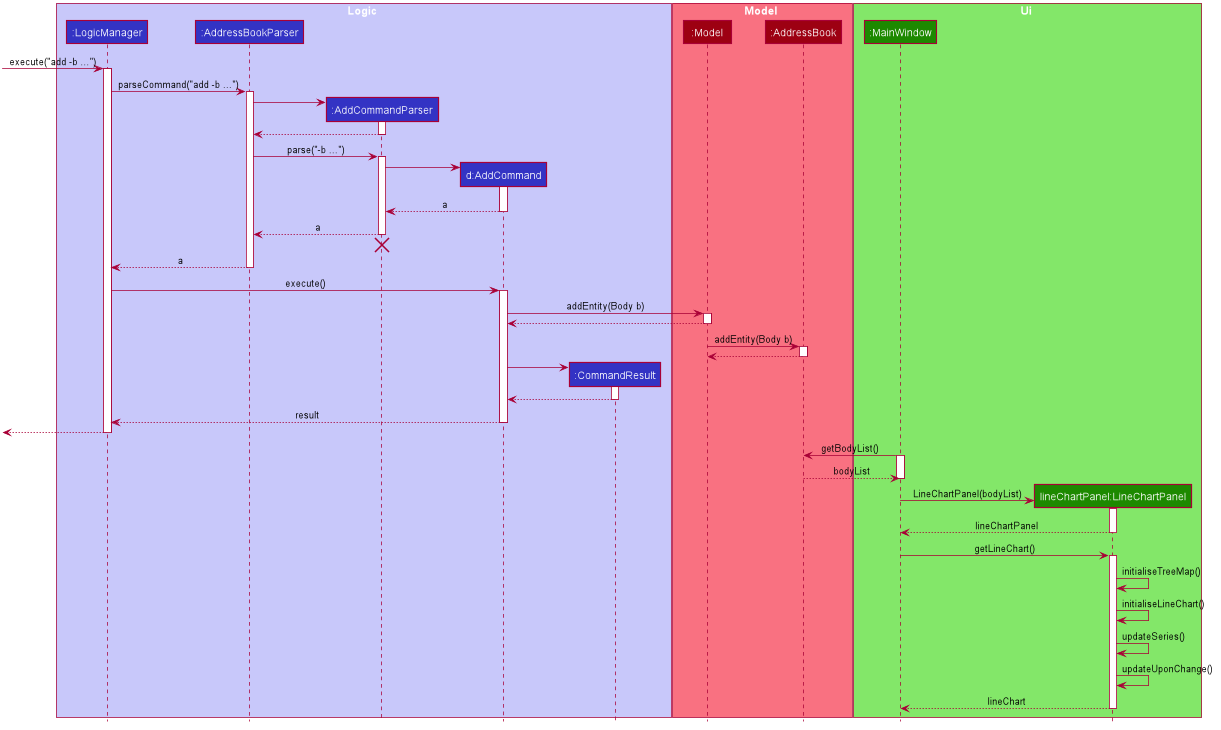
Earlier version of the PlantUML export docs/images/LineChartAddBodySequenceDiagram.png (nus-cs2103-AY1920S1/addressbook-level3).
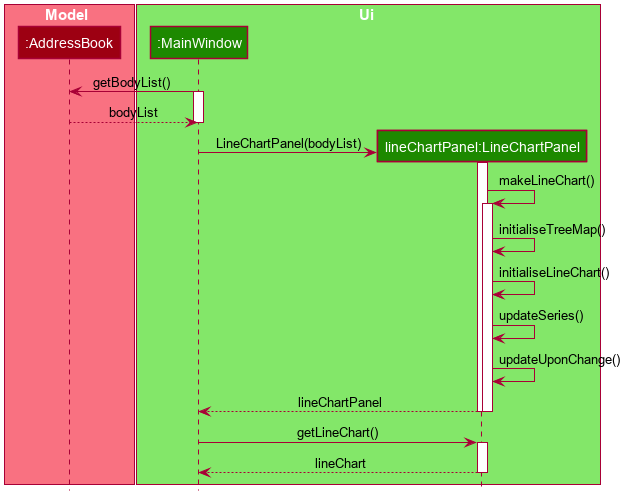
Later version of the same file.

The edit, as a diff of the source:
```diff
@@ -48,16 +48,7 @@
 hide members
 hide circle
 
-box Logic #C8C8FA
-participant ":LogicManager" as LogicManager #3333C4
-participant ":AddressBookParser" as AddressBookParser #3333C4
-participant ":AddCommandParser" as AddCommandParser #3333C4
-participant "d:AddCommand" as AddCommand #3333C4
-participant ":CommandResult" as CommandResult #3333C4
-end box
-
 box Model #F97181
-participant ":Model" as Model #9D0012
 participant ":AddressBook" as AddressBook #9D0012
 end box
 
@@ -67,67 +58,10 @@
 
 end box
 
-[-> LogicManager : execute("add -b ...")
-activate LogicManager
-
-LogicManager -> AddressBookParser : parseCommand("add -b ...")
-activate AddressBookParser
-
-create AddCommandParser
-AddressBookParser -> AddCommandParser
-activate AddCommandParser
-
-AddCommandParser --> AddressBookParser
-deactivate AddCommandParser
-
-AddressBookParser -> AddCommandParser : parse("-b ...")
-activate AddCommandParser
-
-create AddCommand
-AddCommandParser -> AddCommand
-activate AddCommand
-
-AddCommand --> AddCommandParser : a
-deactivate AddCommand
-
-AddCommandParser --> AddressBookParser : a
-deactivate AddCommandParser
-AddCommandParser -[hidden]-> AddressBookParser
-destroy AddCommandParser
-
-AddressBookParser --> LogicManager : a
-deactivate AddressBookParser
-
-LogicManager -> AddCommand : execute()
-activate AddCommand
-
-AddCommand -> Model : addEntity(Body b)
-activate Model
-
-Model --> AddCommand
-deactivate Model
-
-Model -> AddressBook : addEntity(Body b)
-activate AddressBook
-
-AddressBook --> Model
-deactivate AddressBook
-
-create CommandResult
-AddCommand -> CommandResult
-activate CommandResult
-
-CommandResult --> AddCommand
-deactivate CommandResult
-
-AddCommand --> LogicManager : result
-deactivate AddCommand
-
-[<--LogicManager
-deactivate LogicManager
-
 MainWindow -> AddressBook : getBodyList()
 activate MainWindow
+
+
 AddressBook --> MainWindow : bodyList
 deactivate MainWindow
 
@@ -135,12 +69,10 @@
 MainWindow -> LineChartPanel : LineChartPanel(bodyList)
 activate LineChartPanel
 
-LineChartPanel --> MainWindow : lineChartPanel
-deactivate LineChartPanel
 
-MainWindow -> LineChartPanel : getLineChart()
+LineChartPanel -> LineChartPanel: makeLineChart()
+
 activate LineChartPanel
-
 LineChartPanel -> LineChartPanel: initialiseTreeMap()
 
 LineChartPanel -> LineChartPanel: initialiseLineChart()
@@ -149,6 +81,15 @@
 
 LineChartPanel -> LineChartPanel: updateUponChange()
 
+
+
+LineChartPanel --> MainWindow : lineChartPanel
+deactivate LineChartPanel
+deactivate LineChartPanel
+
+MainWindow -> LineChartPanel : getLineChart()
+activate LineChartPanel
+
 LineChartPanel --> MainWindow : lineChart
 deactivate LineChartPanel
 
```
